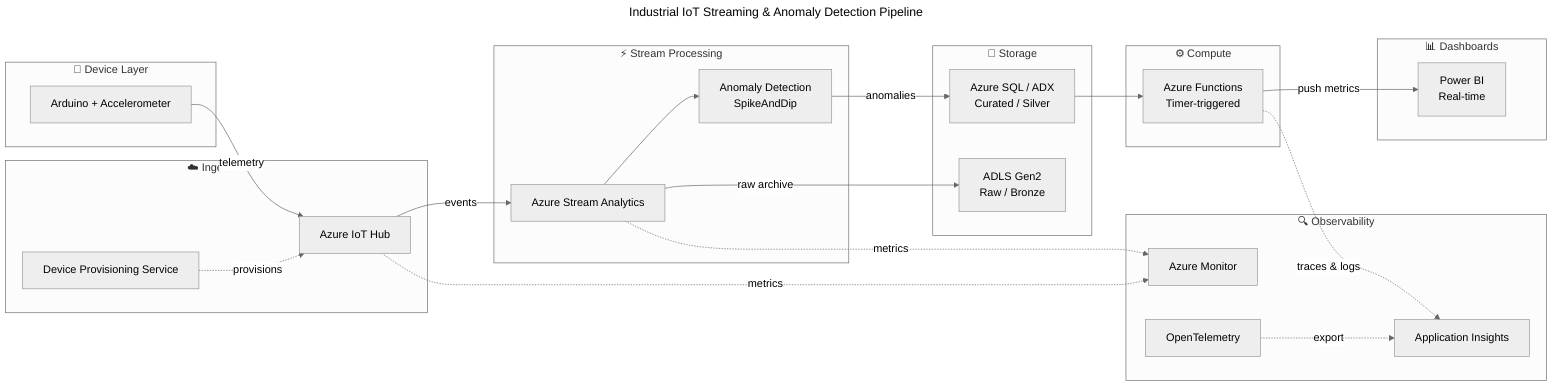
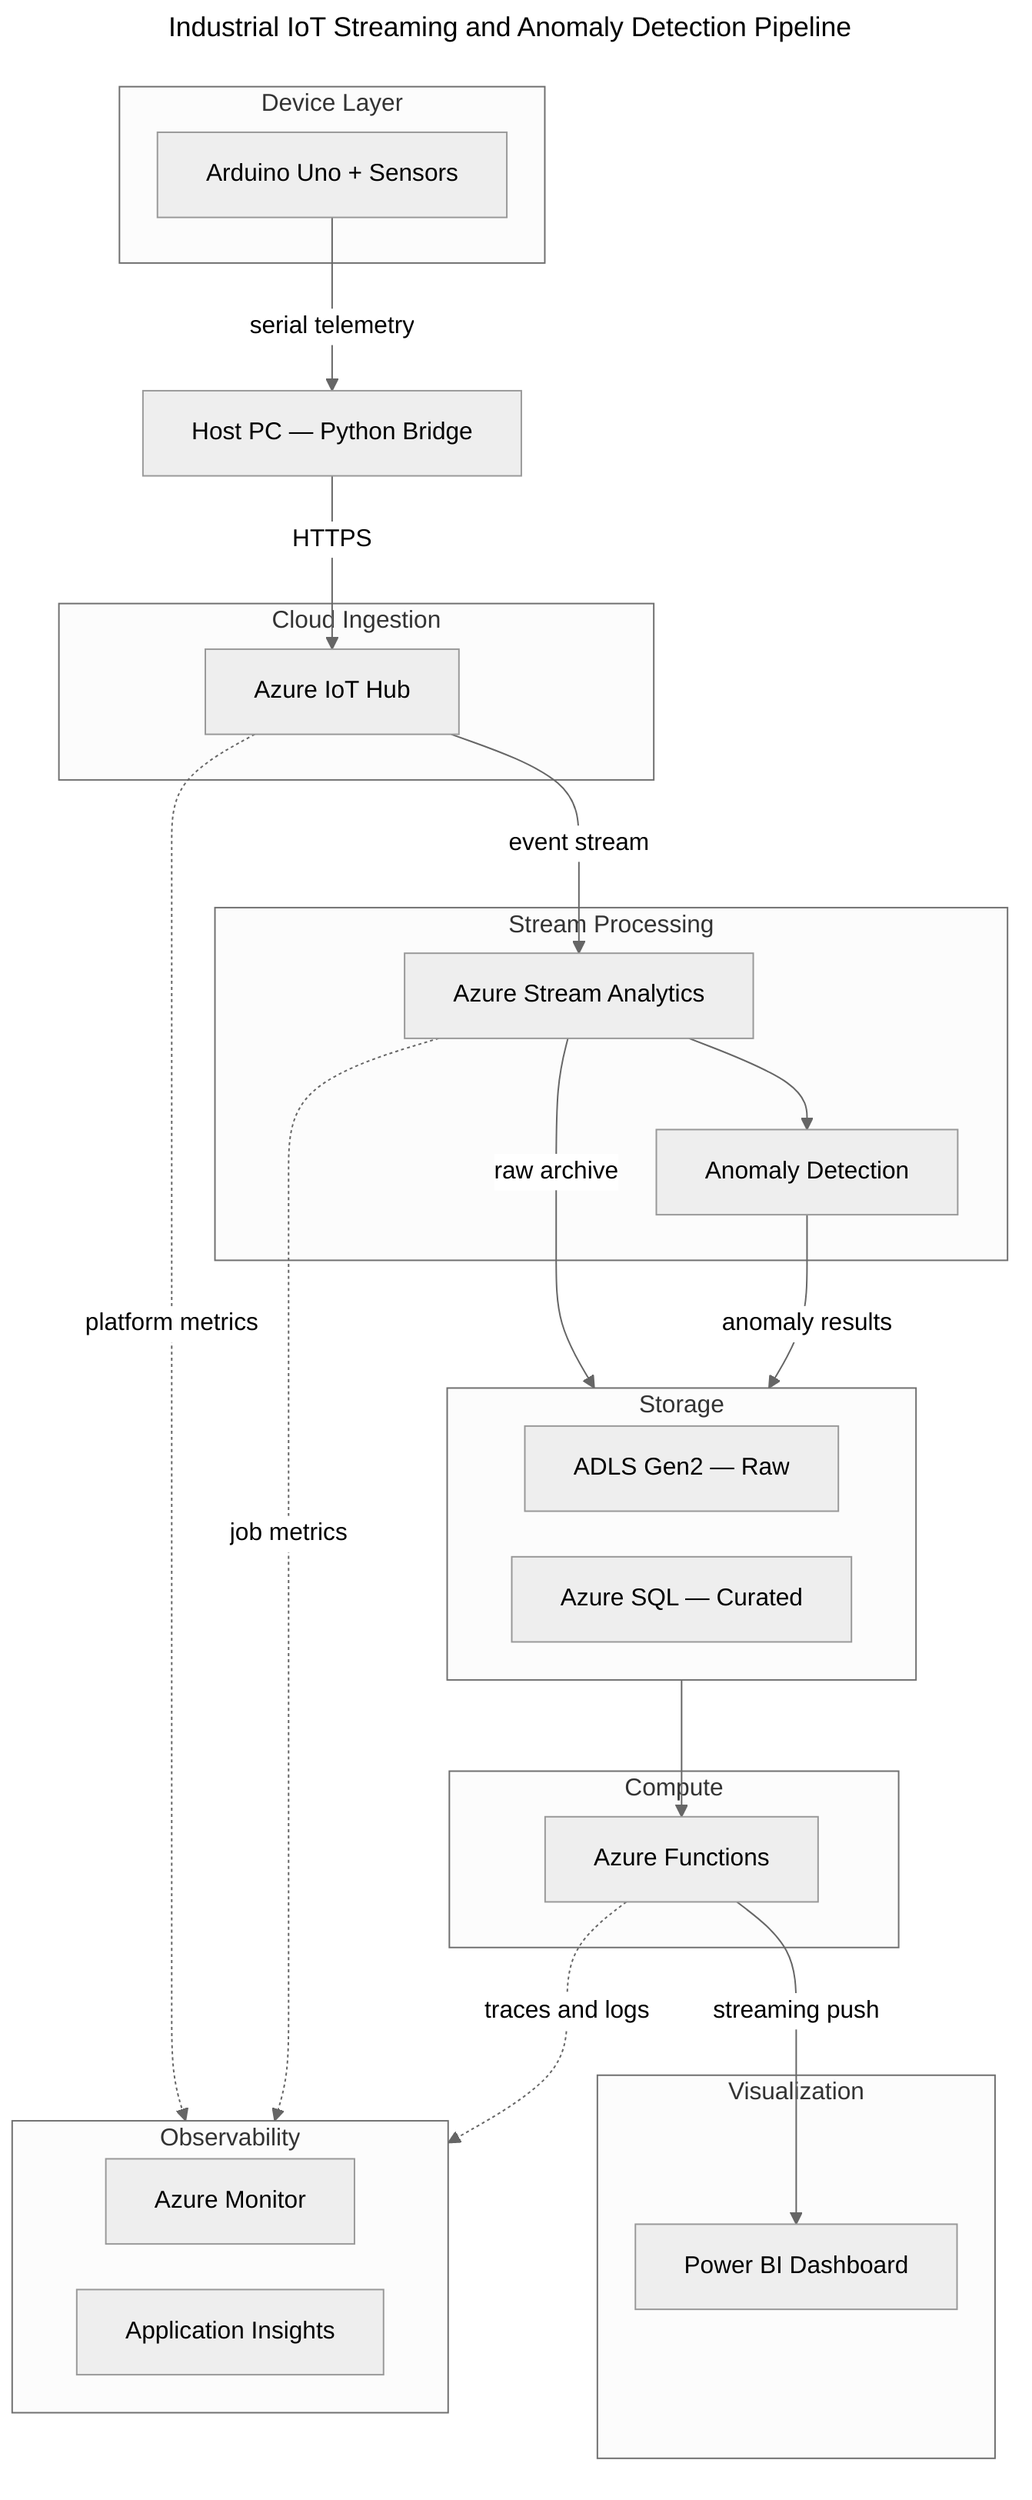
---
- title: Industrial IoT Streaming & Anomaly Detection Pipeline
+ title: Industrial IoT Streaming and Anomaly Detection Pipeline
config:
  theme: neutral
  look: classic
+   flowchart:
+     nodeSpacing: 30
+     rankSpacing: 60
+     padding: 16
---
- flowchart LR
+ flowchart TD
  accTitle: End-to-end IoT pipeline architecture
-   accDescr: Data flows from Arduino sensors through Azure IoT Hub, Stream Analytics, storage layers, and into dashboards with full observability.
+   accDescr: Data flows from Arduino sensors through Azure IoT Hub, Stream Analytics, dual storage layers, Azure Functions, and into Power BI dashboards. Observability spans the full pipeline via Azure Monitor, Application Insights, and OpenTelemetry.

-   subgraph Device["🔧 Device Layer"]
-     A[Arduino + Accelerometer]
+   subgraph Device [Device Layer]
+     A[Arduino Uno + Sensors]
  end

-   subgraph Ingestion["☁️ Ingestion"]
+   subgraph Ingestion [Cloud Ingestion]
    B[Azure IoT Hub]
-     B2[Device Provisioning Service]
  end

-   subgraph Processing["⚡ Stream Processing"]
+   subgraph Processing [Stream Processing]
    C[Azure Stream Analytics]
-     C2[Anomaly Detection\nSpikeAndDip]
+     C2[Anomaly Detection]
  end

-   subgraph Storage["💾 Storage"]
-     D1[ADLS Gen2\nRaw / Bronze]
-     D2[Azure SQL / ADX\nCurated / Silver]
+   subgraph Storage [Storage]
+     direction LR
+     D1[ADLS Gen2 — Raw]
+     D2[Azure SQL — Curated]
  end

-   subgraph Compute["⚙️ Compute"]
-     E[Azure Functions\nTimer-triggered]
+   subgraph Compute [Compute]
+     E[Azure Functions]
  end

-   subgraph Visualization["📊 Dashboards"]
-     F[Power BI\nReal-time]
+   subgraph Viz [Visualization]
+     F[Power BI Dashboard]
  end

-   subgraph Observability["🔍 Observability"]
+   subgraph Observability [Observability]
+     direction LR
    G1[Azure Monitor]
    G2[Application Insights]
-     G3[OpenTelemetry]
  end

-   A -->|telemetry| B
-   B2 -.->|provisions| B
-   B -->|events| C
+   A -- serial telemetry --> PC[Host PC — Python Bridge]
+   PC -- HTTPS --> B
+   B -- event stream --> C
  C --> C2
-   C -->|raw archive| D1
-   C2 -->|anomalies| D2
+   C -- raw archive --> D1
+   C2 -- anomaly results --> D2
  D2 --> E
-   E -->|push metrics| F
+   E -- streaming push --> F

-   B -.->|metrics| G1
-   C -.->|metrics| G1
-   E -.->|traces & logs| G2
-   G3 -.->|export| G2
+   B -. platform metrics .-> G1
+   C -. job metrics .-> G1
+   E -. traces and logs .-> G2
